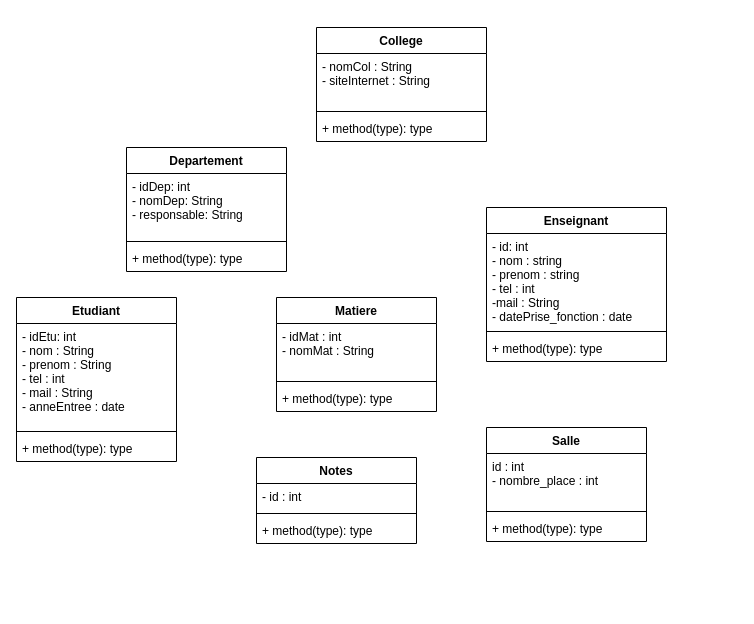
The draw.io diagram Diagramme sans nom.drawio in BachirSylla/Revision-uml, before the edit. Source tidied: cells renumbered, new cells numbered last; positions are measured from the earlier drawing's top-left corner, leaving out a move shared by most shapes. Both pictures are drawn from the tidied source at 100%, with x=0, y=0 at pixel (16, 27).
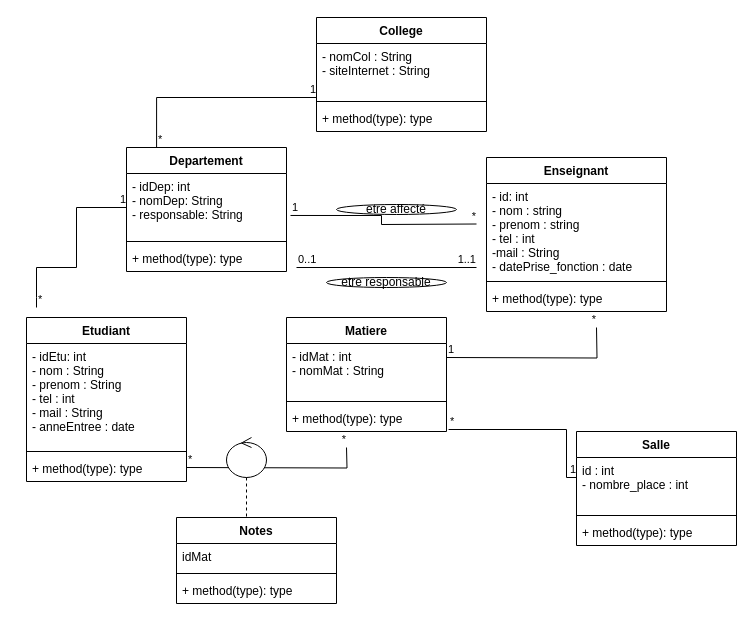
Above is the later version.

The change refers to these unchanged cells:
```xml
<mxCell id="5" value="+ method(type): type" style="text;strokeColor=none;fillColor=none;align=left;verticalAlign=top;spacingLeft=4;spacingRight=4;overflow=hidden;points=[[0,0.5],[1,0.5]];portConstraint=eastwest;" parent="2" vertex="1">
  <mxGeometry y="88" width="160" height="26" as="geometry" />
</mxCell>
<mxCell id="18" value="Departement" style="swimlane;fontStyle=1;align=center;verticalAlign=top;horizontal=1;startSize=26;" parent="1" vertex="1">
  <mxGeometry x="110" y="120" width="160" height="124" as="geometry" />
</mxCell>
<mxCell id="19" value="- idDep: int&#10;- nomDep: String&#10;- responsable: String&#10;" style="text;strokeColor=none;fillColor=none;align=left;verticalAlign=top;spacingLeft=4;spacingRight=4;overflow=hidden;points=[[0,0.5],[1,0.5]];portConstraint=eastwest;" parent="18" vertex="1">
  <mxGeometry y="26" width="160" height="64" as="geometry" />
</mxCell>
```

Diff of the diagram source:
```diff
@@
     <mxCell id="2" value="Matiere" style="swimlane;fontStyle=1;align=center;verticalAlign=top;horizontal=1;startSize=26;" parent="1" vertex="1">
-      <mxGeometry x="260" y="270" width="160" height="114" as="geometry" />
+      <mxGeometry x="270" y="290" width="160" height="114" as="geometry" />
     </mxCell>
@@
     <mxCell id="6" value="Etudiant" style="swimlane;fontStyle=1;align=center;verticalAlign=top;horizontal=1;startSize=26;" parent="1" vertex="1">
-      <mxGeometry y="270" width="160" height="164" as="geometry" />
+      <mxGeometry x="10" y="290" width="160" height="164" as="geometry" />
     </mxCell>
@@
     <mxCell id="10" value="Notes" style="swimlane;fontStyle=1;align=center;verticalAlign=top;horizontal=1;startSize=26;" parent="1" vertex="1">
-      <mxGeometry x="240" y="430" width="160" height="86" as="geometry" />
+      <mxGeometry x="160" y="490" width="160" height="86" as="geometry" />
     </mxCell>
-    <mxCell id="11" value="- id : int" style="text;strokeColor=none;fillColor=none;align=left;verticalAlign=top;spacingLeft=4;spacingRight=4;overflow=hidden;" parent="10" vertex="1">
+    <mxCell id="11" value="idMat" style="text;strokeColor=none;fillColor=none;align=left;verticalAlign=top;spacingLeft=4;spacingRight=4;overflow=hidden;" parent="10" vertex="1">
       <mxGeometry y="26" width="160" height="26" as="geometry" />
     </mxCell>
@@
     <mxCell id="14" value="Enseignant" style="swimlane;fontStyle=1;align=center;verticalAlign=top;horizontal=1;startSize=26;" parent="1" vertex="1">
-      <mxGeometry x="470" y="180" width="180" height="154" as="geometry" />
+      <mxGeometry x="470" y="130" width="180" height="154" as="geometry" />
     </mxCell>
@@
     <mxCell id="22" value="College" style="swimlane;fontStyle=1;align=center;verticalAlign=top;horizontal=1;startSize=26;" parent="1" vertex="1">
-      <mxGeometry x="300" width="170" height="114" as="geometry" />
+      <mxGeometry x="300" y="-10" width="170" height="114" as="geometry" />
     </mxCell>
@@
     <mxCell id="26" value="Salle" style="swimlane;fontStyle=1;align=center;verticalAlign=top;horizontal=1;startSize=26;" parent="1" vertex="1">
-      <mxGeometry x="470" y="400" width="160" height="114" as="geometry" />
+      <mxGeometry x="560" y="404" width="160" height="114" as="geometry" />
     </mxCell>
@@
+    <mxCell id="30" style="endArrow=none;html=1;edgeStyle=orthogonalEdgeStyle;rounded=0;exitX=0.188;exitY=0;exitDx=0;exitDy=0;exitPerimeter=0;" parent="1" edge="1" source="18">
+      <mxGeometry relative="1" as="geometry">
+        <mxPoint x="300" y="70" as="targetPoint" />
+        <Array as="points">
+          <mxPoint x="140" y="70" />
+        </Array>
+      </mxGeometry>
+    </mxCell>
+    <mxCell id="31" value="*" style="edgeLabel;html=1;align=left;verticalAlign=bottom;" parent="30" vertex="1">
+      <mxGeometry x="-1" relative="1" as="geometry" />
+    </mxCell>
+    <mxCell id="32" value="1" style="edgeLabel;html=1;align=right;verticalAlign=bottom;" parent="30" vertex="1">
+      <mxGeometry x="1" relative="1" as="geometry" />
+    </mxCell>
+    <mxCell id="33" style="endArrow=none;html=1;edgeStyle=orthogonalEdgeStyle;rounded=0;exitX=1.025;exitY=0.656;exitDx=0;exitDy=0;exitPerimeter=0;" parent="1" edge="1" source="19">
+      <mxGeometry relative="1" as="geometry">
+        <mxPoint x="460" y="196.5" as="targetPoint" />
+      </mxGeometry>
+    </mxCell>
+    <mxCell id="34" value="1" style="edgeLabel;html=1;align=left;verticalAlign=bottom;" parent="33" vertex="1">
+      <mxGeometry x="-1" relative="1" as="geometry" />
+    </mxCell>
+    <mxCell id="35" value="*" style="edgeLabel;html=1;align=right;verticalAlign=bottom;" parent="33" vertex="1">
+      <mxGeometry x="1" relative="1" as="geometry" />
+    </mxCell>
+    <mxCell id="36" style="endArrow=none;html=1;edgeStyle=orthogonalEdgeStyle;rounded=0;" parent="1" edge="1">
+      <mxGeometry relative="1" as="geometry">
+        <mxPoint x="430" y="330" as="sourcePoint" />
+        <mxPoint x="580" y="300" as="targetPoint" />
+      </mxGeometry>
+    </mxCell>
+    <mxCell id="37" value="1" style="edgeLabel;html=1;align=left;verticalAlign=bottom;" parent="36" vertex="1">
+      <mxGeometry x="-1" relative="1" as="geometry" />
+    </mxCell>
+    <mxCell id="38" value="*" style="edgeLabel;html=1;align=right;verticalAlign=bottom;" parent="36" vertex="1">
+      <mxGeometry x="1" relative="1" as="geometry" />
+    </mxCell>
+    <mxCell id="39" style="endArrow=none;html=1;edgeStyle=orthogonalEdgeStyle;rounded=0;" parent="1" edge="1">
+      <mxGeometry relative="1" as="geometry">
+        <mxPoint x="170" y="440" as="sourcePoint" />
+        <mxPoint x="330" y="420" as="targetPoint" />
+      </mxGeometry>
+    </mxCell>
+    <mxCell id="40" value="*" style="edgeLabel;html=1;align=left;verticalAlign=bottom;" parent="39" vertex="1">
+      <mxGeometry x="-1" relative="1" as="geometry" />
+    </mxCell>
+    <mxCell id="41" value="*" style="edgeLabel;html=1;align=right;verticalAlign=bottom;" parent="39" vertex="1">
+      <mxGeometry x="1" relative="1" as="geometry" />
+    </mxCell>
+    <mxCell id="42" style="endArrow=none;html=1;edgeStyle=orthogonalEdgeStyle;rounded=0;exitX=1.013;exitY=0.923;exitDx=0;exitDy=0;exitPerimeter=0;" parent="1" edge="1" source="5">
+      <mxGeometry relative="1" as="geometry">
+        <mxPoint x="560" y="450" as="targetPoint" />
+        <Array as="points">
+          <mxPoint x="550" y="402" />
+          <mxPoint x="550" y="450" />
+        </Array>
+      </mxGeometry>
+    </mxCell>
+    <mxCell id="43" value="*" style="edgeLabel;html=1;align=left;verticalAlign=bottom;" parent="42" vertex="1">
+      <mxGeometry x="-1" relative="1" as="geometry" />
+    </mxCell>
+    <mxCell id="44" value="1" style="edgeLabel;html=1;align=right;verticalAlign=bottom;" parent="42" vertex="1">
+      <mxGeometry x="1" relative="1" as="geometry" />
+    </mxCell>
+    <mxCell id="45" style="endArrow=none;html=1;edgeStyle=orthogonalEdgeStyle;rounded=0;" parent="1" edge="1">
+      <mxGeometry relative="1" as="geometry">
+        <mxPoint x="20" y="280" as="sourcePoint" />
+        <mxPoint x="110" y="180" as="targetPoint" />
+        <Array as="points">
+          <mxPoint x="20" y="270" />
+          <mxPoint x="20" y="240" />
+          <mxPoint x="60" y="240" />
+          <mxPoint x="60" y="180" />
+        </Array>
+      </mxGeometry>
+    </mxCell>
+    <mxCell id="46" value="*" style="edgeLabel;html=1;align=left;verticalAlign=bottom;" parent="45" vertex="1">
+      <mxGeometry x="-1" relative="1" as="geometry" />
+    </mxCell>
+    <mxCell id="47" value="1" style="edgeLabel;html=1;align=right;verticalAlign=bottom;" parent="45" vertex="1">
+      <mxGeometry x="1" relative="1" as="geometry" />
+    </mxCell>
+    <mxCell id="48" style="endArrow=none;html=1;edgeStyle=orthogonalEdgeStyle;rounded=0;" parent="1" edge="1">
+      <mxGeometry relative="1" as="geometry">
+        <mxPoint x="280" y="240" as="sourcePoint" />
+        <mxPoint x="460" y="240" as="targetPoint" />
+      </mxGeometry>
+    </mxCell>
+    <mxCell id="49" value="0..1" style="edgeLabel;html=1;align=left;verticalAlign=bottom;" parent="48" vertex="1">
+      <mxGeometry x="-1" relative="1" as="geometry" />
+    </mxCell>
+    <mxCell id="50" value="1..1" style="edgeLabel;html=1;align=right;verticalAlign=bottom;" parent="48" vertex="1">
+      <mxGeometry x="1" relative="1" as="geometry" />
+    </mxCell>
+    <mxCell id="51" value="etre responsable" style="ellipse;whiteSpace=wrap;html=1;" parent="1" vertex="1">
+      <mxGeometry x="310" y="250" width="120" height="10" as="geometry" />
+    </mxCell>
+    <mxCell id="52" value="etre affecté" style="ellipse;whiteSpace=wrap;html=1;" parent="1" vertex="1">
+      <mxGeometry x="320" y="177" width="120" height="10" as="geometry" />
+    </mxCell>
+    <mxCell id="53" style="shape=umlLifeline;participant=umlControl;perimeter=lifelinePerimeter;whiteSpace=wrap;html=1;verticalAlign=top;spacingTop=36;" parent="1" vertex="1">
+      <mxGeometry x="210" y="410" width="40" height="80" as="geometry" />
+    </mxCell>
```
